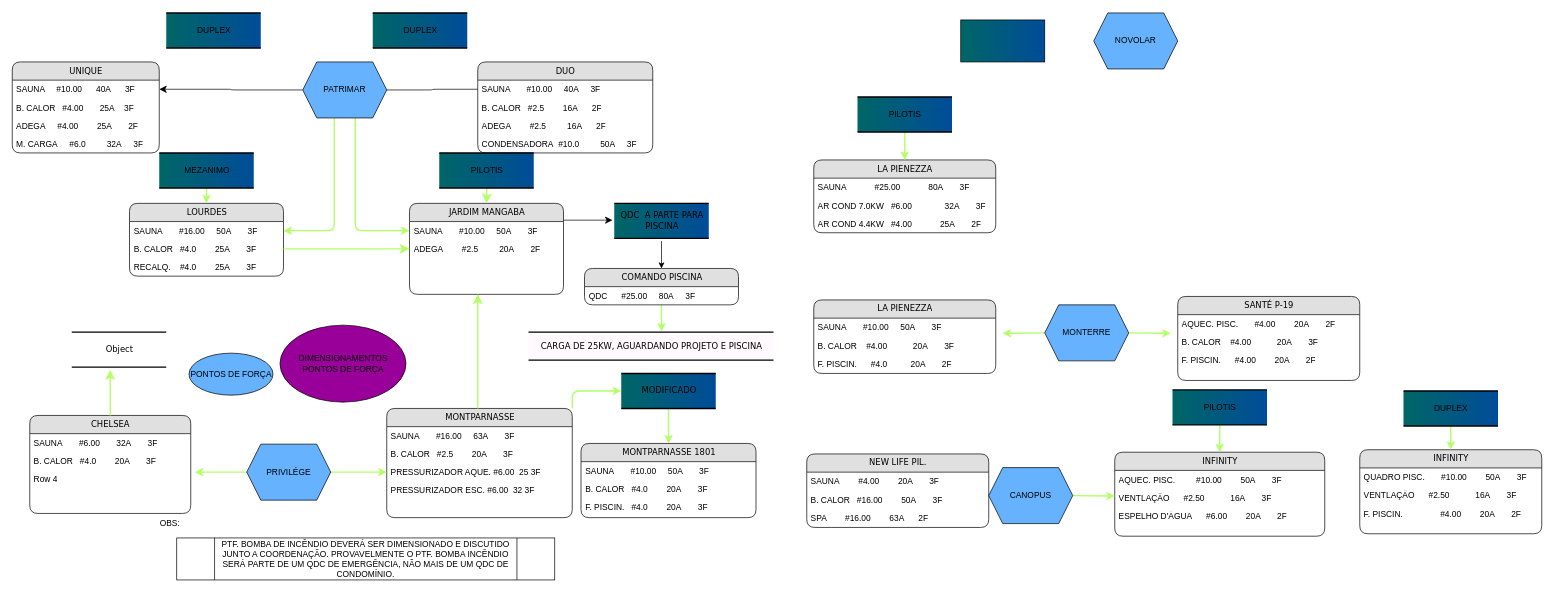
This is Dimensionamentos.drawio from LuizGarcia22/firsttimedream, a draw.io file, before an edit. Source tidied: cells renumbered, new cells numbered last; positions are measured from the earlier drawing's top-left corner, leaving out a move shared by most shapes. Both pictures are drawn from the tidied source at 70%, with x=0, y=0 at pixel (12, 13).
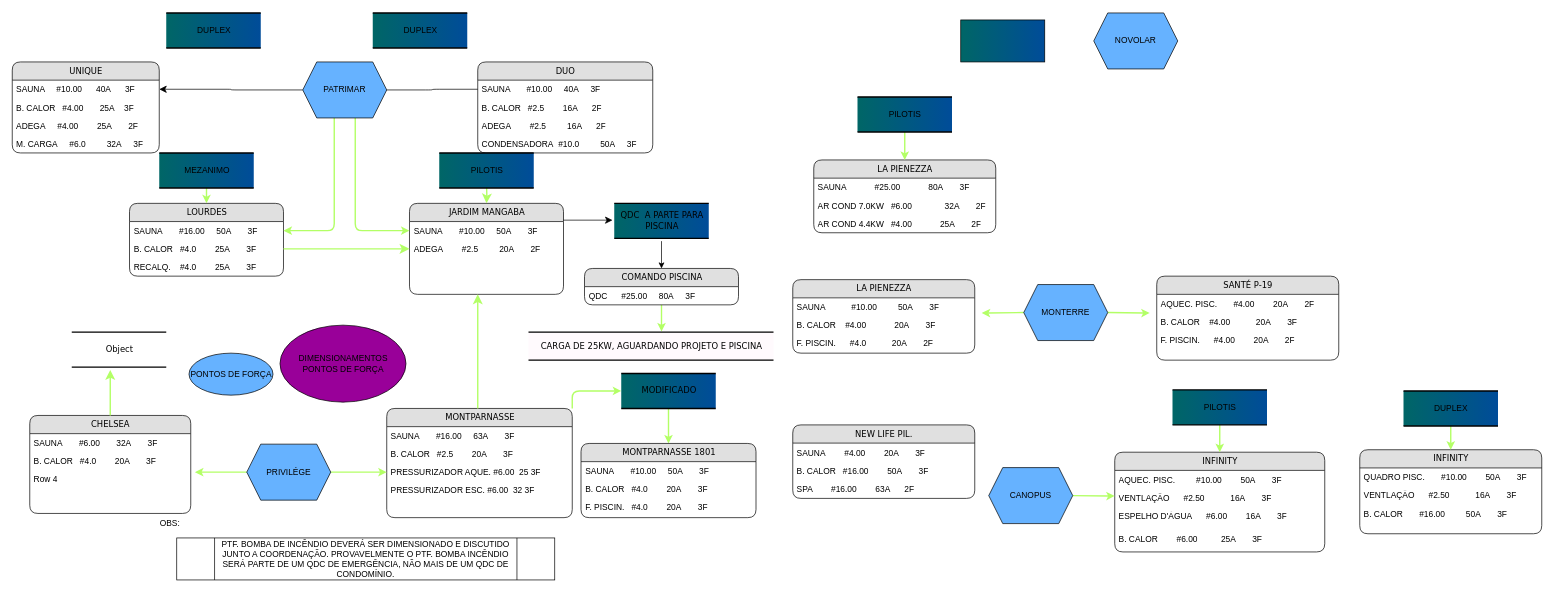
Above is the later version.

The change refers to these unchanged cells:
```xml
<mxCell id="85" value="LA PIENEZZA" style="swimlane;html=1;fontStyle=0;horizontal=1;startSize=26;fillColor=#e0e0e0;swimlaneFillColor=#ffffff;align=center;rounded=1;shadow=0;comic=0;labelBackgroundColor=none;strokeWidth=1;fontFamily=Verdana;fontSize=12;fontColor=#000000;" parent="1" vertex="1">
  <mxGeometry x="1145" y="210" width="260" height="104" as="geometry" />
</mxCell>
<mxCell id="99" value="INFINITY" style="swimlane;html=1;fontStyle=0;horizontal=1;startSize=26;fillColor=#e0e0e0;swimlaneFillColor=#ffffff;align=center;rounded=1;shadow=0;comic=0;labelBackgroundColor=none;strokeWidth=1;fontFamily=Verdana;fontSize=12;fontColor=#000000;" parent="1" vertex="1">
  <mxGeometry x="1925" y="624" width="260" height="120" as="geometry" />
</mxCell>
```

What changed in the source:
```diff
@@
     <mxCell id="60" value="NEW LIFE PIL." style="swimlane;html=1;fontStyle=0;horizontal=1;startSize=26;fillColor=#e0e0e0;swimlaneFillColor=#ffffff;align=center;rounded=1;shadow=0;comic=0;labelBackgroundColor=none;strokeWidth=1;fontFamily=Verdana;fontSize=12;fontColor=#000000;" parent="1" vertex="1">
-      <mxGeometry x="1135" y="630" width="260" height="105" as="geometry" />
+      <mxGeometry x="1115" y="588.5" width="260" height="105" as="geometry" />
     </mxCell>
@@
     <mxCell id="72" value="SANTÉ P-19" style="swimlane;html=1;fontStyle=0;horizontal=1;startSize=26;fillColor=#e0e0e0;swimlaneFillColor=#ffffff;align=center;rounded=1;shadow=0;comic=0;labelBackgroundColor=none;strokeWidth=1;fontFamily=Verdana;fontSize=12;fontColor=#000000;" parent="1" vertex="1">
-      <mxGeometry x="1665" y="405" width="260" height="120" as="geometry" />
+      <mxGeometry x="1635" y="376" width="260" height="120" as="geometry" />
     </mxCell>
@@
     <mxCell id="76" style="edgeStyle=orthogonalEdgeStyle;shape=connector;rounded=1;jumpStyle=sharp;jettySize=auto;html=1;labelBackgroundColor=default;strokeColor=#B3FF66;strokeWidth=2;fontFamily=Helvetica;fontSize=11;fontColor=default;endArrow=classic;" parent="1" edge="1" source="78">
       <mxGeometry relative="1" as="geometry">
-        <mxPoint x="1655" y="457.5" as="targetPoint" />
+        <mxPoint x="1625" y="428.5" as="targetPoint" />
       </mxGeometry>
     </mxCell>
     <mxCell id="77" style="edgeStyle=orthogonalEdgeStyle;shape=connector;rounded=1;jumpStyle=sharp;jettySize=auto;html=1;labelBackgroundColor=default;strokeColor=#B3FF66;strokeWidth=2;fontFamily=Helvetica;fontSize=11;fontColor=default;endArrow=classic;" parent="1" edge="1" source="78">
       <mxGeometry relative="1" as="geometry">
-        <mxPoint x="1415" y="457.5" as="targetPoint" />
+        <mxPoint x="1385" y="428.5" as="targetPoint" />
       </mxGeometry>
     </mxCell>
     <mxCell id="78" value="MONTERRE" style="shape=hexagon;perimeter=hexagonPerimeter2;whiteSpace=wrap;html=1;fixedSize=1;fontColor=#000000;fillColor=#66B2FF;" parent="1" vertex="1">
-      <mxGeometry x="1475" y="417" width="120" height="80" as="geometry" />
+      <mxGeometry x="1445" y="388" width="120" height="80" as="geometry" />
     </mxCell>
     <mxCell id="79" value="LA PIENEZZA" style="swimlane;html=1;fontStyle=0;horizontal=1;startSize=26;fillColor=#e0e0e0;swimlaneFillColor=#ffffff;align=center;rounded=1;shadow=0;comic=0;labelBackgroundColor=none;strokeWidth=1;fontFamily=Verdana;fontSize=12;fontColor=#000000;" parent="1" vertex="1">
-      <mxGeometry x="1145" y="410" width="260" height="105" as="geometry" />
+      <mxGeometry x="1115" y="381" width="260" height="105" as="geometry" />
     </mxCell>
-    <mxCell id="80" value="SAUNA&amp;nbsp;&amp;nbsp; &amp;nbsp; &amp;nbsp;&amp;nbsp;#10.00&amp;nbsp; &amp;nbsp; &amp;nbsp;50A&amp;nbsp;&amp;nbsp;&amp;nbsp; &amp;nbsp; &amp;nbsp;3F" style="text;html=1;strokeColor=none;fillColor=none;spacingLeft=4;spacingRight=4;whiteSpace=wrap;overflow=hidden;fontColor=#000000;" parent="79" vertex="1">
+    <mxCell id="80" value="SAUNA&amp;nbsp;&amp;nbsp; &amp;nbsp; &amp;nbsp;&amp;nbsp;&lt;span style=&quot;white-space: pre;&quot;&gt; &lt;/span&gt;&amp;nbsp;&lt;span style=&quot;white-space: pre;&quot;&gt; &lt;/span&gt;&amp;nbsp;#10.00&amp;nbsp; &amp;nbsp; &amp;nbsp;&lt;span style=&quot;white-space: pre;&quot;&gt; &lt;/span&gt;&amp;nbsp; &amp;nbsp;50A&amp;nbsp;&amp;nbsp;&amp;nbsp; &amp;nbsp; &amp;nbsp;3F" style="text;html=1;strokeColor=none;fillColor=none;spacingLeft=4;spacingRight=4;whiteSpace=wrap;overflow=hidden;fontColor=#000000;" parent="79" vertex="1">
       <mxGeometry y="26" width="260" height="26" as="geometry" />
     </mxCell>
-    <mxCell id="81" value="B. CALOR&amp;nbsp;&lt;span style=&quot;white-space: pre;&quot;&gt; &lt;/span&gt;&lt;span style=&quot;white-space: pre;&quot;&gt; &lt;/span&gt;&amp;nbsp;#4.00&amp;nbsp; &amp;nbsp; &amp;nbsp; &amp;nbsp; &lt;span style=&quot;white-space: pre;&quot;&gt; &lt;/span&gt;&amp;nbsp; 20A&amp;nbsp; &amp;nbsp; &amp;nbsp; &amp;nbsp;3F" style="text;html=1;strokeColor=none;fillColor=none;spacingLeft=4;spacingRight=4;whiteSpace=wrap;overflow=hidden;fontColor=#000000;" parent="79" vertex="1">
+    <mxCell id="81" value="B. CALOR&amp;nbsp;&lt;span style=&quot;white-space: pre;&quot;&gt; &lt;/span&gt;&lt;span style=&quot;white-space: pre;&quot;&gt; &lt;/span&gt;&amp;nbsp;#4.00&amp;nbsp; &amp;nbsp; &amp;nbsp; &amp;nbsp; &lt;span style=&quot;white-space: pre;&quot;&gt; &lt;/span&gt;&amp;nbsp; &amp;nbsp;20A&amp;nbsp; &amp;nbsp; &amp;nbsp; &amp;nbsp;3F" style="text;html=1;strokeColor=none;fillColor=none;spacingLeft=4;spacingRight=4;whiteSpace=wrap;overflow=hidden;fontColor=#000000;" parent="79" vertex="1">
       <mxGeometry y="52" width="260" height="26" as="geometry" />
     </mxCell>
-    <mxCell id="82" value="F. PISCIN.&amp;nbsp; &amp;nbsp;&lt;span style=&quot;white-space: pre;&quot;&gt; &lt;/span&gt;&lt;span style=&quot;white-space: pre;&quot;&gt; &lt;/span&gt;&amp;nbsp;#4.0&amp;nbsp; &amp;nbsp; &amp;nbsp; &lt;span style=&quot;white-space: pre;&quot;&gt; &lt;/span&gt;&lt;span style=&quot;white-space: pre;&quot;&gt; &lt;/span&gt;&amp;nbsp; 20A&amp;nbsp; &amp;nbsp; &amp;nbsp; &amp;nbsp;2F" style="text;html=1;strokeColor=none;fillColor=none;spacingLeft=4;spacingRight=4;whiteSpace=wrap;overflow=hidden;fontColor=#000000;" parent="79" vertex="1">
+    <mxCell id="82" value="F. PISCIN.&amp;nbsp; &amp;nbsp;&lt;span style=&quot;white-space: pre;&quot;&gt; &lt;/span&gt;&lt;span style=&quot;white-space: pre;&quot;&gt; &lt;/span&gt;&amp;nbsp;#4.0&amp;nbsp; &amp;nbsp; &amp;nbsp; &lt;span style=&quot;white-space: pre;&quot;&gt; &lt;/span&gt;&lt;span style=&quot;white-space: pre;&quot;&gt; &lt;/span&gt;&amp;nbsp; &amp;nbsp;20A&amp;nbsp; &amp;nbsp; &amp;nbsp; &amp;nbsp;2F" style="text;html=1;strokeColor=none;fillColor=none;spacingLeft=4;spacingRight=4;whiteSpace=wrap;overflow=hidden;fontColor=#000000;" parent="79" vertex="1">
       <mxGeometry y="78" width="260" height="26" as="geometry" />
     </mxCell>
@@
-    <mxCell id="87" value="AR COND 7.0KW&amp;nbsp; &amp;nbsp;#6.00&amp;nbsp; &amp;nbsp; &amp;nbsp; &amp;nbsp; &amp;nbsp; &amp;nbsp; &amp;nbsp; 32A&amp;nbsp;&amp;nbsp;&amp;nbsp; &amp;nbsp; &amp;nbsp;3F" style="text;html=1;strokeColor=none;fillColor=none;spacingLeft=4;spacingRight=4;whiteSpace=wrap;overflow=hidden;fontColor=#000000;" parent="85" vertex="1">
+    <mxCell id="87" value="AR COND 7.0KW&amp;nbsp; &amp;nbsp;#6.00&amp;nbsp; &amp;nbsp; &amp;nbsp; &amp;nbsp; &amp;nbsp; &amp;nbsp; &amp;nbsp; 32A&amp;nbsp; &amp;nbsp; &amp;nbsp; &amp;nbsp;2F" style="text;html=1;strokeColor=none;fillColor=none;spacingLeft=4;spacingRight=4;whiteSpace=wrap;overflow=hidden;fontColor=#000000;" parent="85" vertex="1">
       <mxGeometry y="52" width="260" height="26" as="geometry" />
     </mxCell>
@@
     <mxCell id="91" value="INFINITY" style="swimlane;html=1;fontStyle=0;horizontal=1;startSize=26;fillColor=#e0e0e0;swimlaneFillColor=#ffffff;align=center;rounded=1;shadow=0;comic=0;labelBackgroundColor=none;strokeWidth=1;fontFamily=Verdana;fontSize=12;fontColor=#000000;" parent="1" vertex="1">
-      <mxGeometry x="1575" y="627.5" width="300" height="120" as="geometry" />
+      <mxGeometry x="1575" y="627.5" width="300" height="142.5" as="geometry" />
     </mxCell>
@@
-    <mxCell id="94" value="ESPELHO D'ÁGUA&amp;nbsp; &amp;nbsp;&lt;span style=&quot;white-space: pre;&quot;&gt; &lt;/span&gt;&lt;span style=&quot;white-space: pre;&quot;&gt; &lt;/span&gt;&amp;nbsp;#6.00&amp;nbsp; &amp;nbsp; &amp;nbsp;&lt;span style=&quot;white-space: pre;&quot;&gt; &lt;/span&gt;&amp;nbsp;&amp;nbsp;20A&amp;nbsp; &amp;nbsp; &amp;nbsp; &amp;nbsp;2F" style="text;html=1;strokeColor=none;fillColor=none;spacingLeft=4;spacingRight=4;whiteSpace=wrap;overflow=hidden;fontColor=#000000;" parent="91" vertex="1">
-      <mxGeometry y="78" width="300" height="42" as="geometry" />
+    <mxCell id="94" value="ESPELHO D'ÁGUA&amp;nbsp; &amp;nbsp;&lt;span style=&quot;white-space: pre;&quot;&gt; &lt;/span&gt;&lt;span style=&quot;white-space: pre;&quot;&gt; &lt;/span&gt;&amp;nbsp;#6.00&amp;nbsp; &amp;nbsp; &amp;nbsp;&lt;span style=&quot;white-space: pre;&quot;&gt; &lt;/span&gt;&amp;nbsp; 16A&amp;nbsp; &amp;nbsp; &amp;nbsp; &amp;nbsp;3F" style="text;html=1;strokeColor=none;fillColor=none;spacingLeft=4;spacingRight=4;whiteSpace=wrap;overflow=hidden;fontColor=#000000;" parent="91" vertex="1">
+      <mxGeometry y="78" width="300" height="32" as="geometry" />
     </mxCell>
+    <mxCell id="105" value="B. CALOR&amp;nbsp; &amp;nbsp;&lt;span style=&quot;white-space: pre;&quot;&gt; &lt;/span&gt;&lt;span style=&quot;white-space: pre;&quot;&gt; &lt;/span&gt;&lt;span style=&quot;white-space: pre;&quot;&gt; &lt;/span&gt;&lt;span style=&quot;white-space: pre;&quot;&gt; &lt;/span&gt;&amp;nbsp;#6.00&amp;nbsp; &amp;nbsp; &amp;nbsp; &amp;nbsp;&lt;span style=&quot;white-space: pre;&quot;&gt; &lt;/span&gt;&amp;nbsp; 25A&amp;nbsp; &amp;nbsp; &amp;nbsp; &amp;nbsp;3F" style="text;html=1;strokeColor=none;fillColor=none;spacingLeft=4;spacingRight=4;whiteSpace=wrap;overflow=hidden;fontColor=#000000;" parent="91" vertex="1">
+      <mxGeometry y="110" width="300" height="30" as="geometry" />
+    </mxCell>
@@
-    <mxCell id="102" value="F. PISCIN.&amp;nbsp; &amp;nbsp;&lt;span style=&quot;white-space: pre;&quot;&gt; &lt;/span&gt;&amp;nbsp; &amp;nbsp; &amp;nbsp; &amp;nbsp; &amp;nbsp; &amp;nbsp;&amp;nbsp;#4.00&amp;nbsp; &amp;nbsp; &amp;nbsp;&lt;span style=&quot;white-space: pre;&quot;&gt; &lt;/span&gt;&amp;nbsp;&amp;nbsp;20A&amp;nbsp; &amp;nbsp; &amp;nbsp; &amp;nbsp;2F" style="text;html=1;strokeColor=none;fillColor=none;spacingLeft=4;spacingRight=4;whiteSpace=wrap;overflow=hidden;fontColor=#000000;" parent="99" vertex="1">
+    <mxCell id="102" value="B. CALOR&amp;nbsp;&lt;span style=&quot;white-space: pre;&quot;&gt; &lt;/span&gt;&lt;span style=&quot;white-space: pre;&quot;&gt; &lt;/span&gt;&amp;nbsp;&amp;nbsp; &amp;nbsp;#16.00&amp;nbsp; &amp;nbsp; &amp;nbsp; &amp;nbsp; &amp;nbsp;50A&amp;nbsp; &amp;nbsp; &amp;nbsp; &amp;nbsp;3F" style="text;html=1;strokeColor=none;fillColor=none;spacingLeft=4;spacingRight=4;whiteSpace=wrap;overflow=hidden;fontColor=#000000;" parent="99" vertex="1">
       <mxGeometry y="78" width="260" height="42" as="geometry" />
     </mxCell>
```
